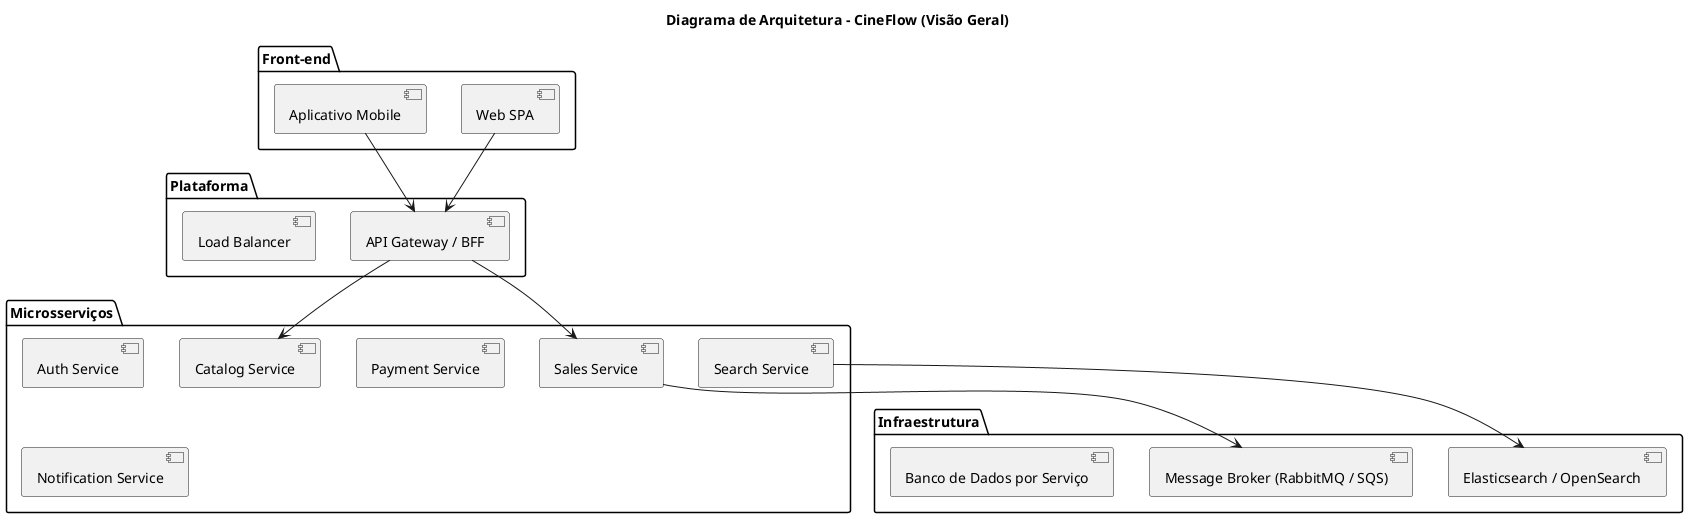
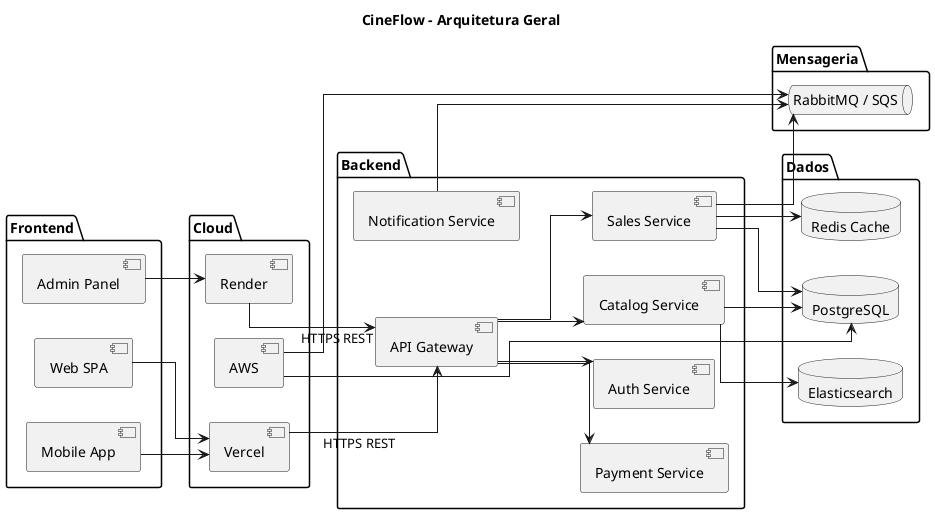
@startuml
- title Diagrama de Arquitetura - CineFlow (Visão Geral)
- package "Front-end" {
+ title CineFlow - Arquitetura Geral
+ 
+ left to right direction
+ skinparam linetype ortho
+ skinparam shadowing false
+ 
+ package "Frontend" {
  [Web SPA]
-   [Aplicativo Mobile]
+   [Mobile App]
+   [Admin Panel]
}

- package "Plataforma" {
-   [API Gateway / BFF]
-   [Load Balancer]
+ package "Backend" {
+   [API Gateway]
+ 
+   [Auth Service]
+   [Catalog Service]
+   [Sales Service]
+   [Payment Service]
+   [Notification Service]
}

- package "Microsserviços" {
-   [Catalog Service]
-   [Sales Service]
-   [Auth Service]
-   [Payment Service]
-   [Notification Service]
-   [Search Service]
+ package "Mensageria" {
+   queue "RabbitMQ / SQS"
}

- package "Infraestrutura" {
-   [Message Broker (RabbitMQ / SQS)]
-   [Elasticsearch / OpenSearch]
-   [Banco de Dados por Serviço]
+ package "Dados" {
+   database "PostgreSQL"
+   database "Redis Cache"
+   database "Elasticsearch"
}

- [Web SPA] --> [API Gateway / BFF]
- [Aplicativo Mobile] --> [API Gateway / BFF]
- [API Gateway / BFF] --> [Catalog Service]
- [API Gateway / BFF] --> [Sales Service]
- [Sales Service] --> [Message Broker (RabbitMQ / SQS)]
- [Search Service] --> [Elasticsearch / OpenSearch]
+ package "Cloud" {
+   [Vercel]
+   [Render]
+   [AWS]
+ }

- @enduml
+ [Web SPA] --> [Vercel]
+ [Mobile App] --> [Vercel]
+ [Admin Panel] --> [Render]
+ 
+ [Vercel] --> [API Gateway] : HTTPS REST
+ [Render] --> [API Gateway] : HTTPS REST
+ 
+ [API Gateway] --> [Auth Service]
+ [API Gateway] --> [Catalog Service]
+ [API Gateway] --> [Sales Service]
+ [API Gateway] --> [Payment Service]
+ 
+ [Sales Service] --> "RabbitMQ / SQS"
+ [Notification Service] --> "RabbitMQ / SQS"
+ 
+ [Catalog Service] --> PostgreSQL
+ [Sales Service] --> PostgreSQL
+ [Sales Service] --> "Redis Cache"
+ 
+ [Catalog Service] --> Elasticsearch
+ 
+ [AWS] --> PostgreSQL
+ [AWS] --> "RabbitMQ / SQS"
+ 
+ @enduml